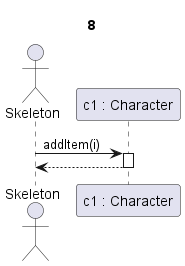
kipolaris/skyrimscriptsuttogok keeps this PlantUML diagram as partII_sequence diagrams/out/8/Targyfelvéte sikeres.png. Above is the earlier version.
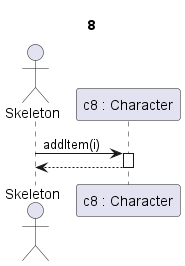
After the commit.

Change to the diagram source:
```diff
@@ -3,7 +3,7 @@
 Title 8
 
 actor Skeleton as s
-participant "c1 : Character" as c
+participant "c8 : Character" as c
 
 s->c ++: addItem(i)
 
```
